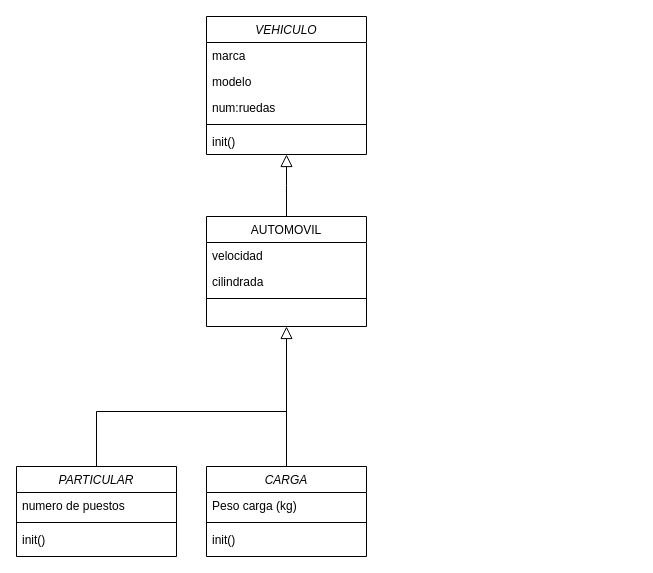
Mauro-Carcamo/clases_python keeps this draw.io diagram as Modulo4/Ejercicio final/Ejercicio2.drawio. Above is the earlier version. Source tidied: cells renumbered, new cells numbered last; positions are measured from the earlier drawing's top-left corner, leaving out a move shared by most shapes. Both pictures are drawn from the tidied source at 100%, with x=0, y=0 at pixel (16, 16).
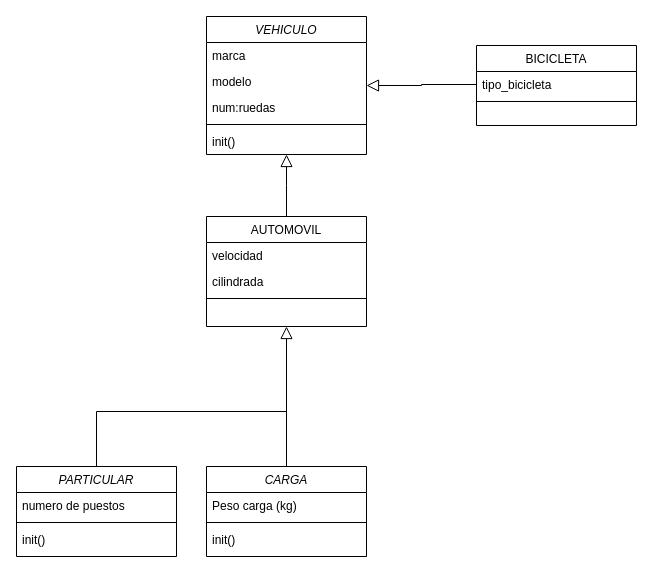
The same page after the edit.

The change refers to these unchanged cells:
```xml
<mxCell id="2" value="VEHICULO" style="swimlane;fontStyle=2;align=center;verticalAlign=top;horizontal=1;startSize=26;rounded=0;shadow=0;strokeWidth=1;" parent="1" vertex="1">
  <mxGeometry x="190" width="160" height="138" as="geometry" />
</mxCell>
```

Diff of the diagram source:
```diff
@@
+    <mxCell id="23" value="BICICLETA" style="swimlane;fontStyle=0;align=center;verticalAlign=top;horizontal=1;startSize=26;rounded=0;shadow=0;strokeWidth=1;" parent="1" vertex="1">
+      <mxGeometry x="460" y="29" width="160" height="80" as="geometry" />
+    </mxCell>
+    <mxCell id="24" value="tipo_bicicleta" style="text;align=left;verticalAlign=top;spacingLeft=4;spacingRight=4;overflow=hidden;points=[[0,0.5],[1,0.5]];portConstraint=eastwest;" parent="23" vertex="1">
+      <mxGeometry y="26" width="160" height="26" as="geometry" />
+    </mxCell>
+    <mxCell id="25" style="line;html=1;strokeWidth=1;align=left;verticalAlign=middle;spacingTop=-1;spacingLeft=3;spacingRight=3;labelPosition=right;" parent="23" vertex="1">
+      <mxGeometry y="52" width="160" height="8" as="geometry" />
+    </mxCell>
+    <mxCell id="26" style="edgeStyle=orthogonalEdgeStyle;rounded=0;jettySize=auto;html=1;endArrow=block;endFill=0;strokeWidth=1;endSize=10;" parent="1" edge="1" source="24" target="2">
+      <mxGeometry relative="1" as="geometry" />
+    </mxCell>
```
